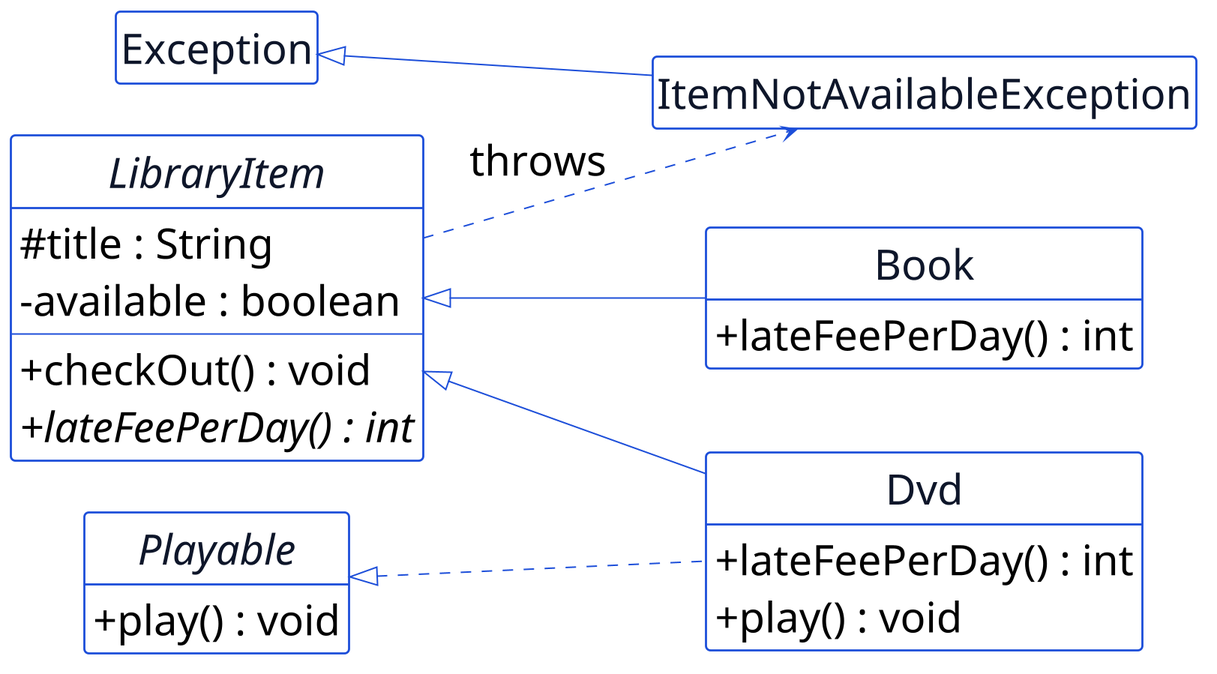
This is assets/uml/src/p10-libraryitem-exception.png from dhanifudin/oop, a PlantUML export, as it was before one commit.
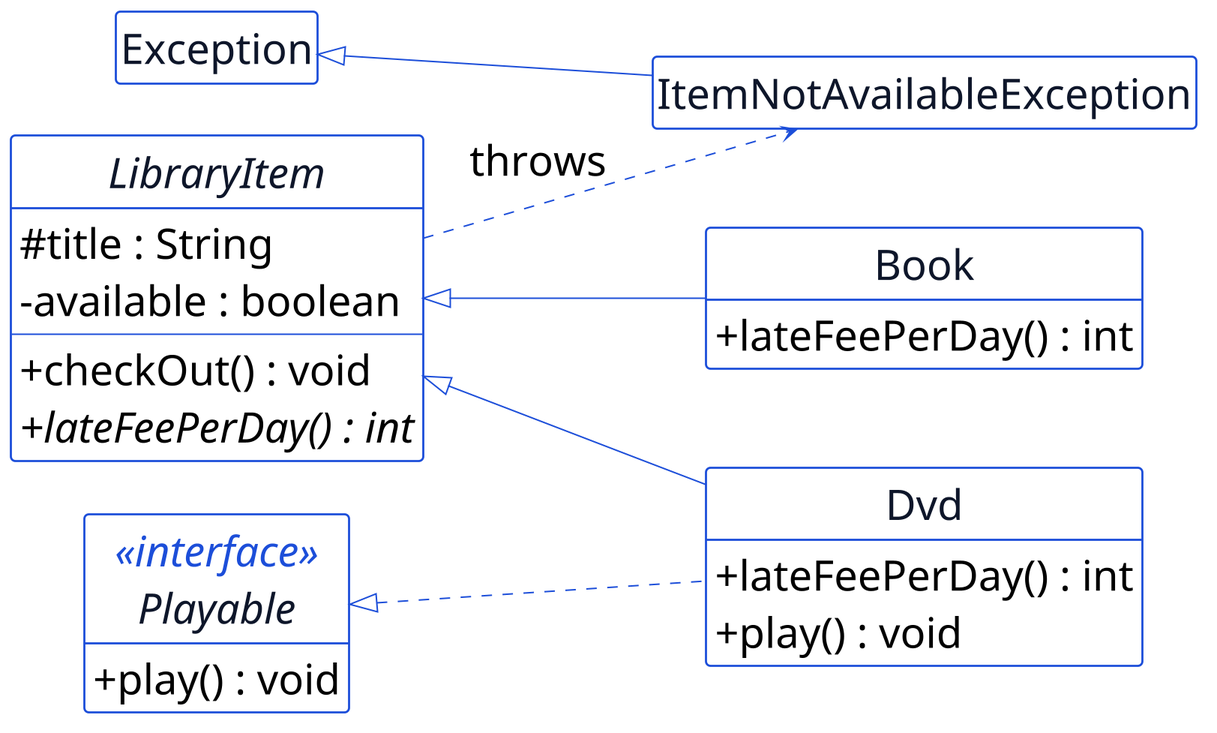
After the commit.

What changed in the source:
```diff
@@ -19,7 +19,7 @@
   + {abstract} lateFeePerDay() : int
 }
 
-interface Playable {
+interface Playable <<interface>> {
   + play() : void
 }
 
```
